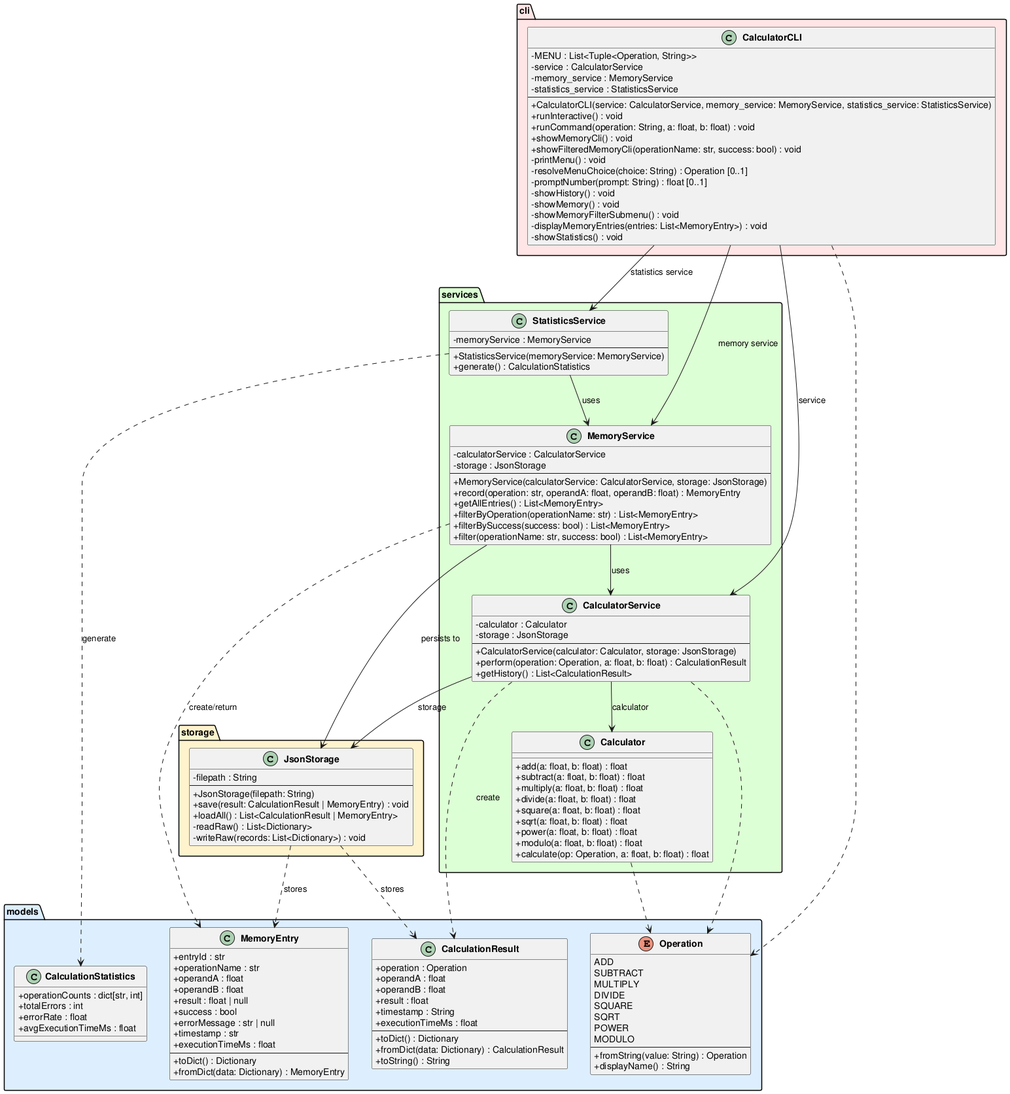
Earlier version of the PlantUML export experiments/supervisor_as_tools/user_stories/calculator/artifacts/class_diagram.png (DanielRiha8906/Software_autoevolution_using_agents).
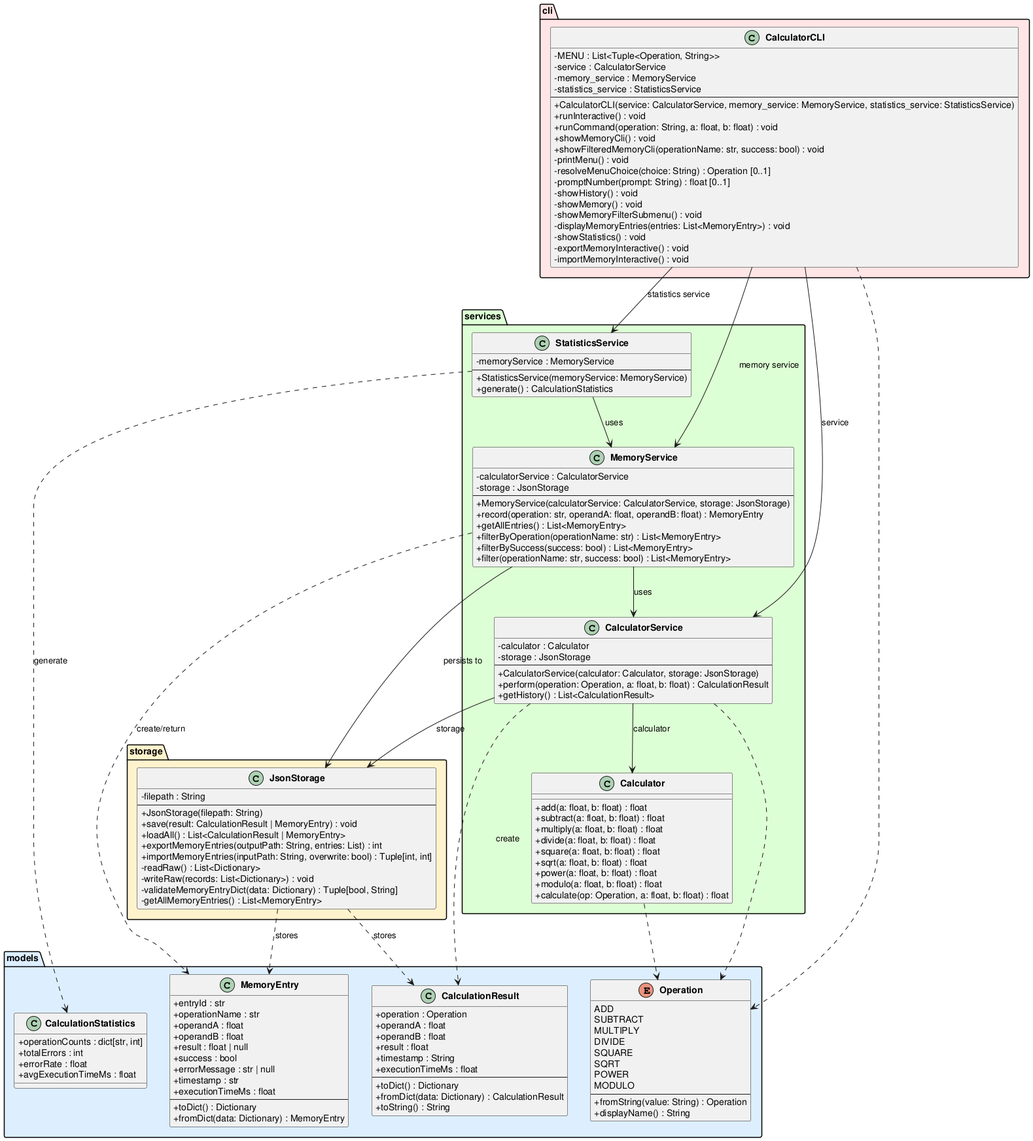
The same file after the commit.

Change to the diagram source:
```diff
@@ -103,8 +103,12 @@
         +JsonStorage(filepath: String)
         +save(result: CalculationResult | MemoryEntry) : void
         +loadAll() : List<CalculationResult | MemoryEntry>
+        +exportMemoryEntries(outputPath: String, entries: List) : int
+        +importMemoryEntries(inputPath: String, overwrite: bool) : Tuple[int, int]
         -readRaw() : List<Dictionary>
         -writeRaw(records: List<Dictionary>) : void
+        -validateMemoryEntryDict(data: Dictionary) : Tuple[bool, String]
+        -getAllMemoryEntries() : List<MemoryEntry>
     }
 }
 
@@ -128,6 +132,8 @@
         -showMemoryFilterSubmenu() : void
         -displayMemoryEntries(entries: List<MemoryEntry>) : void
         -showStatistics() : void
+        -exportMemoryInteractive() : void
+        -importMemoryInteractive() : void
     }
 }
 
```
